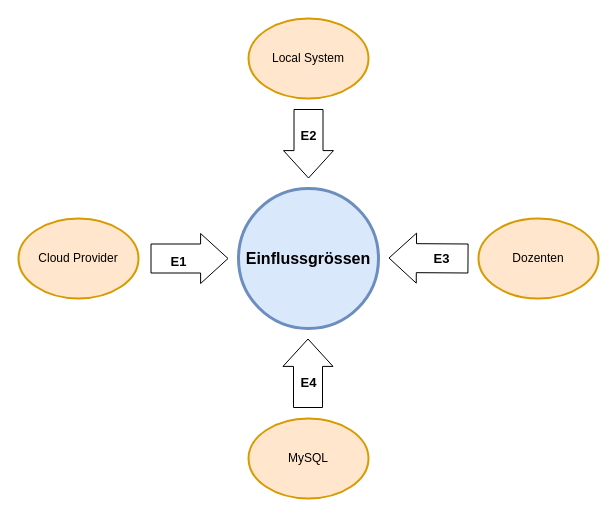
Earlier version of the draw.io diagram bilder/Einflussgroessen.drawio (blro-ep/ITCNE23-SEM-III). Source tidied: cells renumbered, new cells numbered last; positions are measured from the earlier drawing's top-left corner, leaving out a move shared by most shapes. Both pictures are drawn from the tidied source at 100%, with x=0, y=0 at pixel (18, 18).
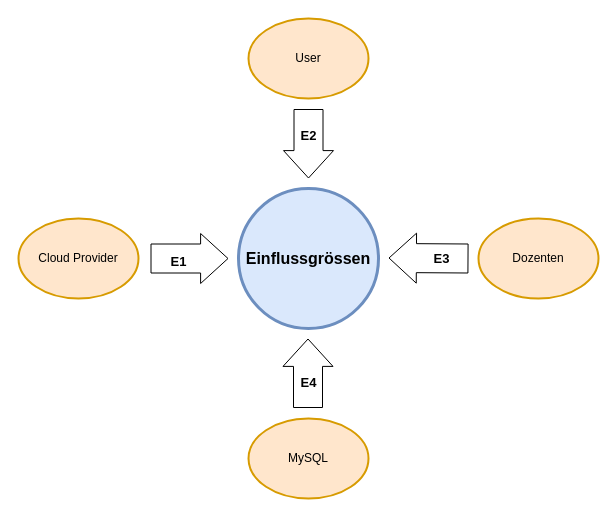
After the change.

Change to the diagram source:
```diff
@@
-    <mxCell id="6" value="Local System" style="ellipse;whiteSpace=wrap;html=1;fillColor=#ffe6cc;strokeColor=#d79b00;strokeWidth=2;" parent="1" vertex="1">
+    <mxCell id="6" value="User" style="ellipse;whiteSpace=wrap;html=1;fillColor=#ffe6cc;strokeColor=#d79b00;strokeWidth=2;" parent="1" vertex="1">
       <mxGeometry x="230" width="120" height="80" as="geometry" />
     </mxCell>
```
